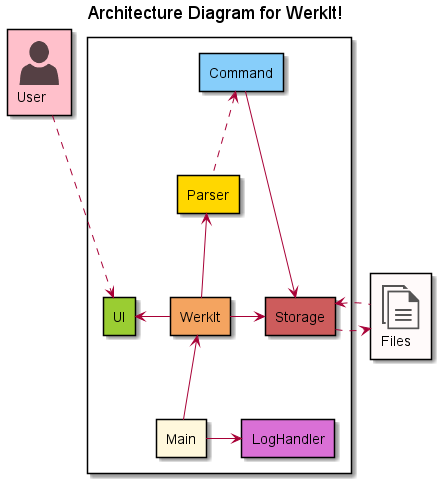
Before: docs/high-level-diagram/architecture_diagram.png, a diagram exported from PlantUML (nus-cs2113-AY2122S2/tp).
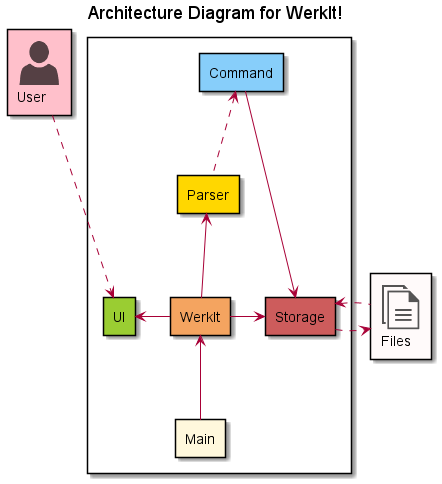
The same file after the commit.

Commit message:
Remove LogHandler from architecture diagram

Change to the diagram source:
```diff
@@ -13,7 +13,6 @@
 rectangle WerkIt #Sandybrown
 rectangle Main #Cornsilk
 rectangle Storage #IndianRed
-rectangle LogHandler #Orchid
 }
 
 UI<.-up-User
@@ -22,7 +21,6 @@
 Parser-up.>Command
 Command-right->Storage
 WerkIt-right->Storage
-Main-right->LogHandler
 WerkIt-left->UI
 Storage-right.>Files
 Files-left.>Storage
```
